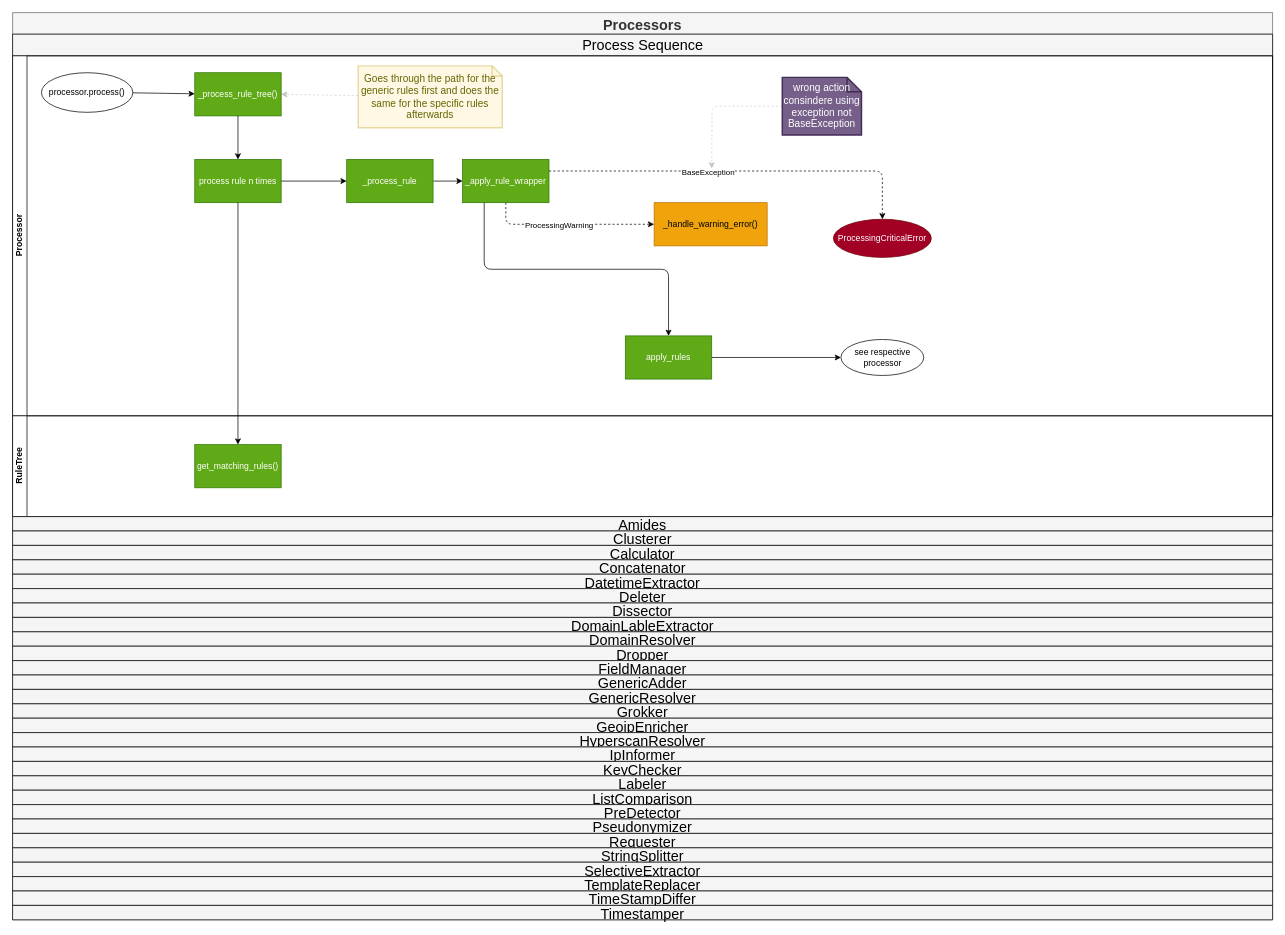
fkie-cad/Logprep keeps this draw.io diagram as doc/source/development/architecture/diagramms/process-Combined.drawio. Above is the earlier version. Source tidied: cells renumbered, new cells numbered last; positions are measured from the earlier drawing's top-left corner, leaving out a move shared by most shapes. Both pictures are drawn from the tidied source at 72%, with x=0, y=0 at pixel (12, 12).
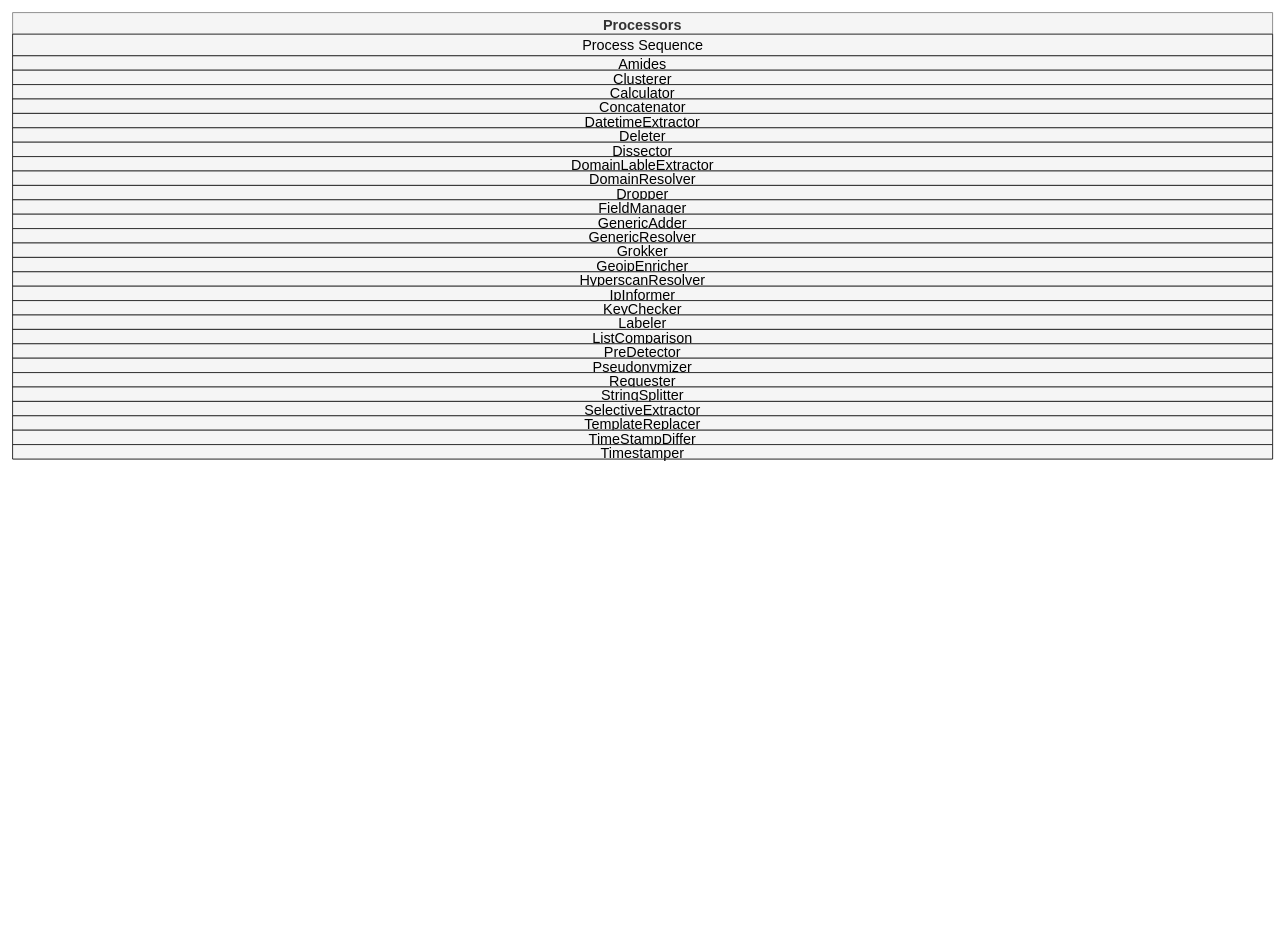
The same diagram, later.

Diff of the diagram source:
```diff
@@
     <mxCell id="2" value="Processors" style="swimlane;horizontal=1;startSize=30;fontSize=20;fontStyle=1;fillColor=#f5f5f5;fontColor=#333333;strokeColor=#666666;" parent="1" vertex="1">
-      <mxGeometry width="1750" height="1260" as="geometry" />
+      <mxGeometry width="1750" height="620" as="geometry" />
     </mxCell>
-    <mxCell id="3" value="&lt;span style=&quot;text-align: left;&quot;&gt;&lt;font style=&quot;font-size: 20px;&quot;&gt;Process Sequence&lt;/font&gt;&lt;/span&gt;" style="swimlane;horizontal=1;startSize=30;html=1;fillColor=#f5f5f5;fontColor=#000000;strokeColor=#000000;fontStyle=0;" parent="2" vertex="1">
-      <mxGeometry y="30" width="1750" height="670" as="geometry" />
+    <mxCell id="3" value="&lt;span style=&quot;text-align: left;&quot;&gt;&lt;font style=&quot;font-size: 20px;&quot;&gt;Process Sequence&lt;/font&gt;&lt;/span&gt;" style="swimlane;horizontal=1;startSize=30;html=1;fillColor=#f5f5f5;fontColor=#000000;strokeColor=#000000;fontStyle=0;" parent="2" vertex="1" collapsed="1">
+      <mxGeometry y="30" width="1750" height="30" as="geometry" />
     </mxCell>
-    <mxCell id="4" value="Processor&lt;br&gt;" style="swimlane;startSize=20;horizontal=0;html=1;" parent="3" vertex="1">
-      <mxGeometry y="30" width="1750" height="500" as="geometry" />
-    </mxCell>
-    <mxCell id="5" value="_process_rule_tree()" style="rounded=0;whiteSpace=wrap;html=1;fillColor=#60a917;fontColor=#ffffff;strokeColor=#2D7600;" parent="4" vertex="1">
-      <mxGeometry x="253" y="23.5" width="120" height="60" as="geometry" />
-    </mxCell>
-    <mxCell id="6" value="_apply_rule_wrapper" style="whiteSpace=wrap;html=1;rounded=0;fillColor=#60a917;fontColor=#ffffff;strokeColor=#2D7600;" parent="4" vertex="1">
-      <mxGeometry x="625" y="144" width="120" height="60" as="geometry" />
-    </mxCell>
-    <mxCell id="7" style="edgeStyle=none;html=1;" parent="4" edge="1" source="8" target="6">
-      <mxGeometry relative="1" as="geometry" />
-    </mxCell>
-    <mxCell id="8" value="_process_rule" style="whiteSpace=wrap;html=1;rounded=0;fillColor=#60a917;fontColor=#ffffff;strokeColor=#2D7600;" parent="4" vertex="1">
-      <mxGeometry x="464" y="144" width="120" height="60" as="geometry" />
-    </mxCell>
-    <mxCell id="9" value="apply_rules" style="whiteSpace=wrap;html=1;rounded=0;fillColor=#60a917;fontColor=#ffffff;strokeColor=#2D7600;" parent="4" vertex="1">
-      <mxGeometry x="851" y="389" width="120" height="60" as="geometry" />
-    </mxCell>
-    <mxCell id="10" style="edgeStyle=orthogonalEdgeStyle;html=1;exitX=0.25;exitY=1;exitDx=0;exitDy=0;" parent="4" edge="1" source="6" target="9">
-      <mxGeometry relative="1" as="geometry" />
-    </mxCell>
-    <mxCell id="11" value="see respective processor" style="ellipse;whiteSpace=wrap;html=1;rounded=0;" parent="4" vertex="1">
-      <mxGeometry x="1150.5" y="394" width="115" height="50" as="geometry" />
-    </mxCell>
-    <mxCell id="12" style="edgeStyle=none;html=1;" parent="4" edge="1" source="9" target="11">
-      <mxGeometry relative="1" as="geometry" />
-    </mxCell>
-    <mxCell id="13" value="_handle_warning_error()" style="rounded=0;whiteSpace=wrap;html=1;fillColor=#f0a30a;fontColor=#000000;strokeColor=#BD7000;" parent="4" vertex="1">
-      <mxGeometry x="891" y="204" width="157" height="60" as="geometry" />
-    </mxCell>
-    <mxCell id="14" style="edgeStyle=orthogonalEdgeStyle;html=1;entryX=0;entryY=0.5;entryDx=0;entryDy=0;dashed=1;exitX=0.5;exitY=1;exitDx=0;exitDy=0;" parent="4" edge="1" source="6" target="13">
-      <mxGeometry relative="1" as="geometry">
-        <Array as="points">
-          <mxPoint x="685" y="234" />
-        </Array>
-      </mxGeometry>
-    </mxCell>
-    <mxCell id="15" value="ProcessingWarning" style="edgeLabel;html=1;align=center;verticalAlign=middle;" parent="14" vertex="1">
-      <mxGeometry x="-0.13" y="-1" relative="1" as="geometry" />
-    </mxCell>
-    <mxCell id="16" value="processor.process()" style="ellipse;whiteSpace=wrap;html=1;" parent="4" vertex="1">
-      <mxGeometry x="40" y="23.5" width="127" height="55" as="geometry" />
-    </mxCell>
-    <mxCell id="17" style="edgeStyle=none;html=1;" parent="4" edge="1" source="16" target="5">
-      <mxGeometry relative="1" as="geometry" />
-    </mxCell>
-    <mxCell id="18" value="process rule n times" style="rounded=0;whiteSpace=wrap;html=1;fillColor=#60a917;fontColor=#ffffff;strokeColor=#2D7600;" parent="4" vertex="1">
-      <mxGeometry x="253" y="144" width="120" height="60" as="geometry" />
-    </mxCell>
-    <mxCell id="19" style="edgeStyle=orthogonalEdgeStyle;html=1;entryX=0;entryY=0.5;entryDx=0;entryDy=0;" parent="4" edge="1" source="18" target="8">
-      <mxGeometry relative="1" as="geometry" />
-    </mxCell>
-    <mxCell id="20" style="edgeStyle=none;html=1;" parent="4" edge="1" source="5" target="18">
-      <mxGeometry relative="1" as="geometry" />
-    </mxCell>
-    <mxCell id="21" value="wrong action consindere using exception not BaseException" style="shape=note;strokeWidth=2;fontSize=14;size=20;whiteSpace=wrap;html=1;fillColor=#76608a;strokeColor=#432D57;fontColor=#ffffff;" parent="4" vertex="1">
-      <mxGeometry x="1069" y="30" width="110" height="80" as="geometry" />
-    </mxCell>
-    <mxCell id="22" style="edgeStyle=orthogonalEdgeStyle;jumpStyle=arc;html=1;dashed=1;opacity=20;" parent="4" edge="1" source="21">
-      <mxGeometry relative="1" as="geometry">
-        <mxPoint x="971" y="156.5" as="targetPoint" />
-      </mxGeometry>
-    </mxCell>
-    <mxCell id="23" style="edgeStyle=none;html=1;entryX=1;entryY=0.5;entryDx=0;entryDy=0;dashed=1;opacity=20;" parent="4" edge="1" source="24" target="5">
-      <mxGeometry relative="1" as="geometry" />
-    </mxCell>
-    <mxCell id="24" value="Goes through the path for the generic rules first and does the same for the specific rules afterwards" style="shape=note;strokeWidth=2;fontSize=14;size=14;whiteSpace=wrap;html=1;fillColor=#fff2cc;strokeColor=#d6b656;fontColor=#666600;opacity=50;" parent="4" vertex="1">
-      <mxGeometry x="480" y="14" width="200" height="86" as="geometry" />
-    </mxCell>
-    <mxCell id="25" value="RuleTree" style="swimlane;startSize=20;horizontal=0;html=1;" parent="3" vertex="1">
-      <mxGeometry y="530" width="1750" height="140" as="geometry" />
-    </mxCell>
-    <mxCell id="26" value="ProcessingCriticalError" style="ellipse;whiteSpace=wrap;html=1;fillColor=#a20025;fontColor=#ffffff;strokeColor=#6F0000;" parent="25" vertex="1">
-      <mxGeometry x="1140" y="-273" width="136" height="53" as="geometry" />
-    </mxCell>
-    <mxCell id="27" value="get_matching_rules()" style="rounded=0;whiteSpace=wrap;html=1;fillColor=#60a917;fontColor=#ffffff;strokeColor=#2D7600;" parent="25" vertex="1">
-      <mxGeometry x="253" y="40" width="120" height="60" as="geometry" />
-    </mxCell>
-    <mxCell id="28" style="edgeStyle=orthogonalEdgeStyle;html=1;dashed=1;entryX=0.5;entryY=0;entryDx=0;entryDy=0;" parent="3" edge="1" source="6" target="26">
-      <mxGeometry relative="1" as="geometry">
-        <Array as="points">
-          <mxPoint x="1208" y="190" />
-        </Array>
-      </mxGeometry>
-    </mxCell>
-    <mxCell id="29" value="BaseException" style="edgeLabel;html=1;align=center;verticalAlign=middle;" parent="28" vertex="1">
-      <mxGeometry x="-0.17" y="-1" relative="1" as="geometry" />
-    </mxCell>
-    <mxCell id="30" style="edgeStyle=orthogonalEdgeStyle;html=1;" parent="3" edge="1" source="18" target="27">
-      <mxGeometry relative="1" as="geometry" />
-    </mxCell>
     <mxCell id="31" value="Amides" style="swimlane;horizontal=1;startSize=30;fontSize=20;fontStyle=0;fillColor=#f5f5f5;fontColor=#000000;strokeColor=#000000;verticalAlign=middle;" parent="2" vertex="1" collapsed="1">
-      <mxGeometry y="700" width="1750" height="20" as="geometry" />
+      <mxGeometry y="60" width="1750" height="20" as="geometry" />
     </mxCell>
     <mxCell id="32" value="Clusterer" style="swimlane;horizontal=1;startSize=30;fontSize=20;fontStyle=0;fillColor=#f5f5f5;fontColor=#000000;strokeColor=#000000;" parent="2" vertex="1" collapsed="1">
-      <mxGeometry y="720" width="1750" height="20" as="geometry" />
+      <mxGeometry y="80" width="1750" height="20" as="geometry" />
     </mxCell>
     <mxCell id="33" value="Calculator" style="swimlane;horizontal=1;startSize=30;fontSize=20;fontStyle=0;fillColor=#f5f5f5;fontColor=#000000;strokeColor=#000000;labelBorderColor=none;swimlaneFillColor=none;" parent="2" vertex="1" collapsed="1">
-      <mxGeometry y="740" width="1750" height="20" as="geometry" />
+      <mxGeometry y="100" width="1750" height="20" as="geometry" />
     </mxCell>
     <mxCell id="34" value="Concatenator" style="swimlane;horizontal=1;startSize=40;fontSize=20;fillColor=#f5f5f5;fontColor=#000000;fontStyle=0;swimlaneFillColor=none;gradientColor=none;strokeColor=#000000;" parent="2" vertex="1" collapsed="1">
-      <mxGeometry y="760" width="1750" height="20" as="geometry" />
+      <mxGeometry y="120" width="1750" height="20" as="geometry" />
     </mxCell>
     <mxCell id="35" value="DatetimeExtractor" style="swimlane;horizontal=1;startSize=40;fontSize=20;fontStyle=0;fillColor=#f5f5f5;labelBorderColor=none;fontColor=#000000;strokeColor=#000000;" parent="2" vertex="1" collapsed="1">
-      <mxGeometry y="780" width="1750" height="20" as="geometry" />
+      <mxGeometry y="140" width="1750" height="20" as="geometry" />
     </mxCell>
     <mxCell id="36" value="Deleter" style="swimlane;horizontal=1;startSize=20;fontStyle=0;fontSize=20;fillColor=#F5F5F5;fontColor=#000000;strokeColor=#000000;" parent="2" vertex="1" collapsed="1">
-      <mxGeometry y="800" width="1750" height="20" as="geometry" />
+      <mxGeometry y="160" width="1750" height="20" as="geometry" />
     </mxCell>
     <mxCell id="37" value="Dissector" style="swimlane;horizontal=1;startSize=30;fontStyle=0;fontSize=20;fillColor=#f5f5f5;fontColor=#000000;strokeColor=#000000;" parent="2" vertex="1" collapsed="1">
-      <mxGeometry y="820" width="1750" height="20" as="geometry" />
+      <mxGeometry y="180" width="1750" height="20" as="geometry" />
     </mxCell>
     <mxCell id="38" value="DomainLableExtractor" style="swimlane;horizontal=1;startSize=30;fontStyle=0;fontSize=20;strokeColor=#000000;fillColor=#f5f5f5;fontColor=#000000;" parent="2" vertex="1" collapsed="1">
-      <mxGeometry y="840" width="1750" height="20" as="geometry" />
+      <mxGeometry y="200" width="1750" height="20" as="geometry" />
     </mxCell>
     <mxCell id="39" value="DomainResolver" style="swimlane;horizontal=1;startSize=30;fontStyle=0;fontColor=#000000;fontSize=20;strokeColor=#000000;fillColor=#F5F5F5;" parent="2" vertex="1" collapsed="1">
-      <mxGeometry y="860" width="1750" height="20" as="geometry" />
+      <mxGeometry y="220" width="1750" height="20" as="geometry" />
     </mxCell>
     <mxCell id="40" value="Dropper" style="swimlane;horizontal=1;startSize=30;fontStyle=0;fontSize=20;fontColor=#000000;fillColor=#F5F5F5;strokeColor=#000000;" parent="2" vertex="1" collapsed="1">
-      <mxGeometry y="880" width="1750" height="20" as="geometry" />
+      <mxGeometry y="240" width="1750" height="20" as="geometry" />
     </mxCell>
     <mxCell id="41" value="FieldManager" style="swimlane;horizontal=1;startSize=30;fontStyle=0;fontSize=20;fontColor=#000000;strokeColor=#000000;fillColor=#F5F5F5;" parent="2" vertex="1" collapsed="1">
-      <mxGeometry y="900" width="1750" height="20" as="geometry" />
+      <mxGeometry y="260" width="1750" height="20" as="geometry" />
     </mxCell>
     <mxCell id="42" value="GenericAdder" style="swimlane;horizontal=1;startSize=30;fontStyle=0;fontSize=20;fontColor=#000000;strokeColor=#000000;fillColor=#F5F5F5;" parent="2" vertex="1" collapsed="1">
-      <mxGeometry y="920" width="1750" height="20" as="geometry" />
+      <mxGeometry y="280" width="1750" height="20" as="geometry" />
     </mxCell>
     <mxCell id="43" value="GenericResolver" style="swimlane;horizontal=1;startSize=30;fontStyle=0;fontSize=20;fontColor=#000000;strokeColor=#000000;fillColor=#F5F5F5;" parent="2" vertex="1" collapsed="1">
-      <mxGeometry y="940" width="1750" height="20" as="geometry" />
+      <mxGeometry y="300" width="1750" height="20" as="geometry" />
     </mxCell>
     <mxCell id="44" value="Grokker" style="swimlane;horizontal=1;startSize=30;fontStyle=0;fontSize=20;fontColor=#000000;strokeColor=#000000;fillColor=#F5F5F5;" parent="2" vertex="1" collapsed="1">
-      <mxGeometry y="960" width="1750" height="20" as="geometry" />
+      <mxGeometry y="320" width="1750" height="20" as="geometry" />
     </mxCell>
     <mxCell id="45" value="GeoipEnricher" style="swimlane;horizontal=1;startSize=30;fontStyle=0;fontSize=20;fontColor=#000000;strokeColor=#000000;fillColor=#F5F5F5;" parent="2" vertex="1" collapsed="1">
-      <mxGeometry y="980" width="1750" height="20" as="geometry" />
+      <mxGeometry y="340" width="1750" height="20" as="geometry" />
     </mxCell>
     <mxCell id="46" value="HyperscanResolver" style="swimlane;horizontal=1;startSize=30;fontStyle=0;fontColor=#000000;fontSize=20;fillColor=#F5F5F5;strokeColor=#000000;" parent="2" vertex="1" collapsed="1">
-      <mxGeometry y="1000" width="1750" height="20" as="geometry" />
+      <mxGeometry y="360" width="1750" height="20" as="geometry" />
     </mxCell>
     <mxCell id="47" value="IpInformer" style="swimlane;horizontal=1;startSize=30;fontStyle=0;fontColor=#000000;fontSize=20;fillColor=#F5F5F5;strokeColor=#000000;" parent="2" vertex="1" collapsed="1">
-      <mxGeometry y="1020" width="1750" height="20" as="geometry" />
+      <mxGeometry y="380" width="1750" height="20" as="geometry" />
     </mxCell>
     <mxCell id="48" value="KeyChecker" style="swimlane;horizontal=1;startSize=30;fontStyle=0;fontColor=#000000;fontSize=20;strokeColor=#000000;fillColor=#F5F5F5;" parent="2" vertex="1" collapsed="1">
-      <mxGeometry y="1040" width="1750" height="20" as="geometry" />
+      <mxGeometry y="400" width="1750" height="20" as="geometry" />
     </mxCell>
     <mxCell id="49" value="Labeler" style="swimlane;horizontal=1;startSize=30;fontStyle=0;fontColor=#000000;fontSize=20;strokeColor=#000000;fillColor=#F5F5F5;" parent="2" vertex="1" collapsed="1">
-      <mxGeometry y="1060" width="1750" height="20" as="geometry" />
+      <mxGeometry y="420" width="1750" height="20" as="geometry" />
     </mxCell>
     <mxCell id="50" value="ListComparison" style="swimlane;horizontal=1;startSize=30;fontStyle=0;fontColor=#000000;fontSize=20;strokeColor=#000000;fillColor=#F5F5F5;" parent="2" vertex="1" collapsed="1">
-      <mxGeometry y="1080" width="1750" height="20" as="geometry" />
+      <mxGeometry y="440" width="1750" height="20" as="geometry" />
     </mxCell>
     <mxCell id="51" value="PreDetector" style="swimlane;horizontal=1;startSize=30;fontStyle=0;fontColor=#000000;fontSize=20;strokeColor=#000000;fillColor=#F5F5F5;" parent="2" vertex="1" collapsed="1">
-      <mxGeometry y="1100" width="1750" height="20" as="geometry" />
+      <mxGeometry y="460" width="1750" height="20" as="geometry" />
     </mxCell>
     <mxCell id="52" value="Pseudonymizer" style="swimlane;horizontal=1;startSize=30;fontStyle=0;fontColor=#000000;fontSize=20;strokeColor=#000000;fillColor=#F5F5F5;" parent="2" vertex="1" collapsed="1">
-      <mxGeometry y="1120" width="1750" height="20" as="geometry" />
+      <mxGeometry y="480" width="1750" height="20" as="geometry" />
     </mxCell>
     <mxCell id="53" value="Requester" style="swimlane;horizontal=1;startSize=30;fontStyle=0;fontSize=20;fontColor=#000000;strokeColor=#000000;fillColor=#F5F5F5;" parent="2" vertex="1" collapsed="1">
-      <mxGeometry y="1140" width="1750" height="20" as="geometry" />
+      <mxGeometry y="500" width="1750" height="20" as="geometry" />
     </mxCell>
     <mxCell id="54" value="StringSplitter" style="swimlane;horizontal=1;startSize=30;fontStyle=0;fontColor=#000000;fontSize=20;strokeColor=#000000;fillColor=#F5F5F5;" parent="2" vertex="1" collapsed="1">
-      <mxGeometry y="1160" width="1750" height="20" as="geometry" />
+      <mxGeometry y="520" width="1750" height="20" as="geometry" />
     </mxCell>
     <mxCell id="55" value="SelectiveExtractor" style="swimlane;horizontal=1;startSize=30;fontStyle=0;fontSize=20;fontColor=#000000;fillColor=#F5F5F5;strokeColor=#000000;" parent="2" vertex="1" collapsed="1">
-      <mxGeometry y="1180" width="1750" height="20" as="geometry" />
+      <mxGeometry y="540" width="1750" height="20" as="geometry" />
     </mxCell>
     <mxCell id="56" value="TemplateReplacer" style="swimlane;horizontal=1;startSize=30;fontStyle=0;fontColor=#000000;fontSize=20;fillColor=#F5F5F5;strokeColor=#000000;" parent="2" vertex="1" collapsed="1">
-      <mxGeometry y="1200" width="1750" height="20" as="geometry" />
+      <mxGeometry y="560" width="1750" height="20" as="geometry" />
     </mxCell>
     <mxCell id="57" value="TimeStampDiffer" style="swimlane;horizontal=1;startSize=40;fontStyle=0;fontColor=#000000;fontSize=20;strokeColor=#000000;fillColor=#F5F5F5;" parent="2" vertex="1" collapsed="1">
-      <mxGeometry y="1220" width="1750" height="20" as="geometry" />
+      <mxGeometry y="580" width="1750" height="20" as="geometry" />
     </mxCell>
     <mxCell id="58" value="Timestamper" style="swimlane;horizontal=1;startSize=30;fontStyle=0;fontColor=#000000;fontSize=20;fillColor=#F5F5F5;strokeColor=#000000;" parent="2" vertex="1" collapsed="1">
-      <mxGeometry y="1240" width="1750" height="20" as="geometry" />
+      <mxGeometry y="600" width="1750" height="20" as="geometry" />
     </mxCell>
```
